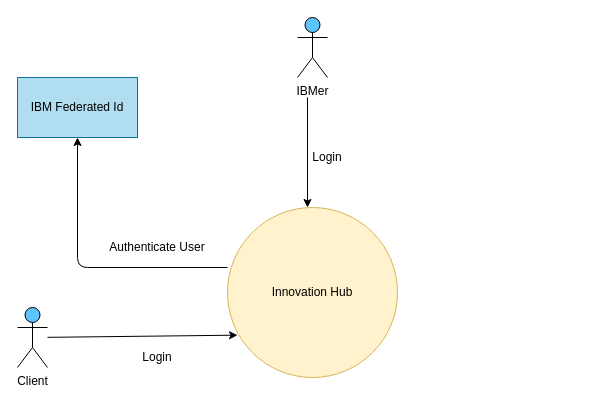
Before: System_Context_Innovation_Hub.drawio in bhagyaravi/knative-ocp-3.11, a draw.io diagram. Source tidied: cells renumbered, new cells numbered last; positions are measured from the earlier drawing's top-left corner, leaving out a move shared by most shapes. Both pictures are drawn from the tidied source at 100%, with x=0, y=0 at pixel (17, 17).
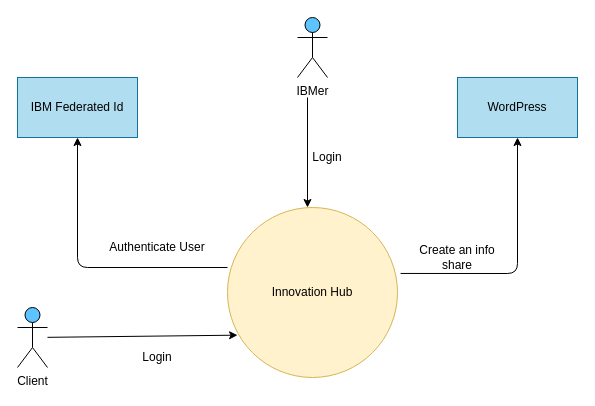
Above is the later version.

Diff of the diagram source:
```diff
@@
 <mxGraphModel>
   <root>
     <mxCell id="0" />
     <mxCell id="1" parent="0" />
     <mxCell id="2" value="Innovation Hub" style="ellipse;whiteSpace=wrap;html=1;fillColor=#fff2cc;strokeColor=#d6b656;" parent="1" vertex="1">
       <mxGeometry x="210" y="190" width="170" height="170" as="geometry" />
     </mxCell>
     <mxCell id="3" value="IBM Federated Id" style="rounded=0;whiteSpace=wrap;html=1;fillColor=#b1ddf0;strokeColor=#10739e;" parent="1" vertex="1">
       <mxGeometry y="60" width="120" height="60" as="geometry" />
     </mxCell>
     <mxCell id="4" style="edgeStyle=segmentEdgeStyle;endArrow=classic;html=1;exitX=0;exitY=0.353;exitDx=0;exitDy=0;exitPerimeter=0;" parent="1" edge="1" source="2" target="3">
       <mxGeometry relative="1" as="geometry" />
     </mxCell>
     <mxCell id="5" value="Authenticate User" style="text;html=1;strokeColor=none;fillColor=none;align=center;verticalAlign=middle;whiteSpace=wrap;rounded=0;" parent="1" vertex="1">
       <mxGeometry x="90" y="220" width="100" height="20" as="geometry" />
     </mxCell>
     <mxCell id="6" value="IBMer" style="shape=umlActor;verticalLabelPosition=bottom;verticalAlign=top;html=1;fillColor=#5EC4FF;" parent="1" vertex="1">
       <mxGeometry x="280" width="30" height="60" as="geometry" />
     </mxCell>
     <mxCell id="7" style="edgeStyle=segmentEdgeStyle;endArrow=none;html=1;startArrow=classic;startFill=1;endFill=0;" parent="1" edge="1">
       <mxGeometry relative="1" as="geometry">
         <mxPoint x="290" y="190" as="sourcePoint" />
         <mxPoint x="290" y="80" as="targetPoint" />
       </mxGeometry>
     </mxCell>
     <mxCell id="8" value="Login" style="text;html=1;strokeColor=none;fillColor=none;align=center;verticalAlign=middle;whiteSpace=wrap;rounded=0;" parent="1" vertex="1">
       <mxGeometry x="260" y="130" width="100" height="20" as="geometry" />
     </mxCell>
     <mxCell id="9" value="Client" style="shape=umlActor;verticalLabelPosition=bottom;verticalAlign=top;html=1;outlineConnect=0;fillColor=#5EC4FF;" parent="1" vertex="1">
       <mxGeometry y="290" width="30" height="60" as="geometry" />
     </mxCell>
     <mxCell id="10" style="endArrow=classic;html=1;entryX=0.059;entryY=0.751;entryDx=0;entryDy=0;entryPerimeter=0;" parent="1" edge="1" source="9" target="2">
       <mxGeometry relative="1" as="geometry" />
     </mxCell>
     <mxCell id="11" value="Login" style="text;html=1;strokeColor=none;fillColor=none;align=center;verticalAlign=middle;whiteSpace=wrap;rounded=0;" parent="1" vertex="1">
       <mxGeometry x="90" y="330" width="100" height="20" as="geometry" />
     </mxCell>
+    <mxCell id="12" value="WordPress" style="rounded=0;whiteSpace=wrap;html=1;fillColor=#b1ddf0;strokeColor=#10739e;" parent="1" vertex="1">
+      <mxGeometry x="440" y="60" width="120" height="60" as="geometry" />
+    </mxCell>
+    <mxCell id="13" style="edgeStyle=segmentEdgeStyle;endArrow=classic;html=1;exitX=1.018;exitY=0.388;exitDx=0;exitDy=0;exitPerimeter=0;entryX=0.5;entryY=1;entryDx=0;entryDy=0;" parent="1" edge="1" source="2" target="12">
+      <mxGeometry relative="1" as="geometry" />
+    </mxCell>
+    <mxCell id="14" value="Create an info share " style="text;html=1;strokeColor=none;fillColor=none;align=center;verticalAlign=middle;whiteSpace=wrap;rounded=0;" parent="1" vertex="1">
+      <mxGeometry x="390" y="230" width="100" height="20" as="geometry" />
+    </mxCell>
   </root>
 </mxGraphModel>
```
